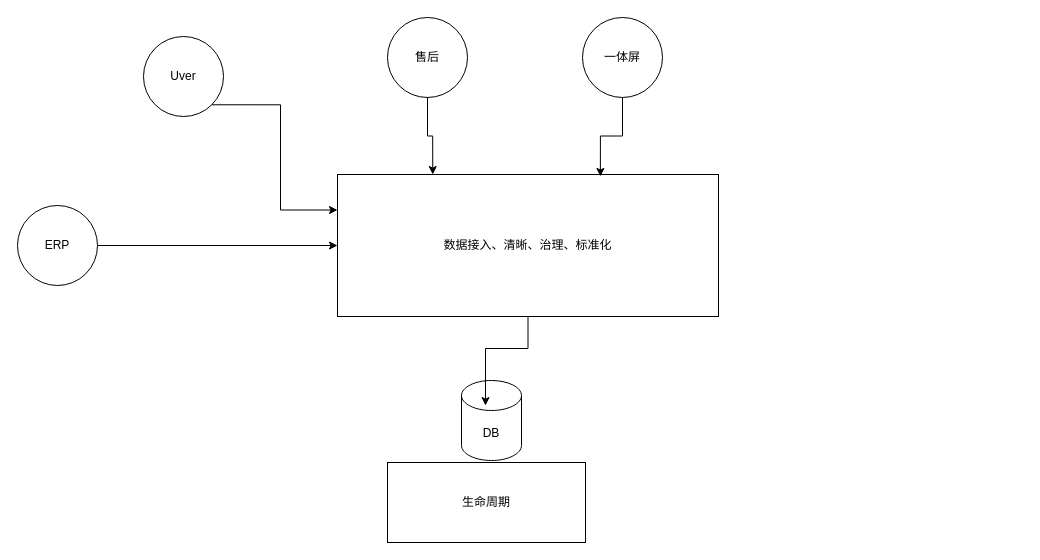
yangchenyu/micro-service keeps this draw.io diagram as page "temp" (13 of 15) of donggao-20230703.drawio. Above is the earlier version. Source tidied: cells renumbered, new cells numbered last; positions are measured from the earlier drawing's top-left corner, leaving out a move shared by most shapes. Both pictures are drawn from the tidied source at 100%, with x=0, y=0 at pixel (17, 17).
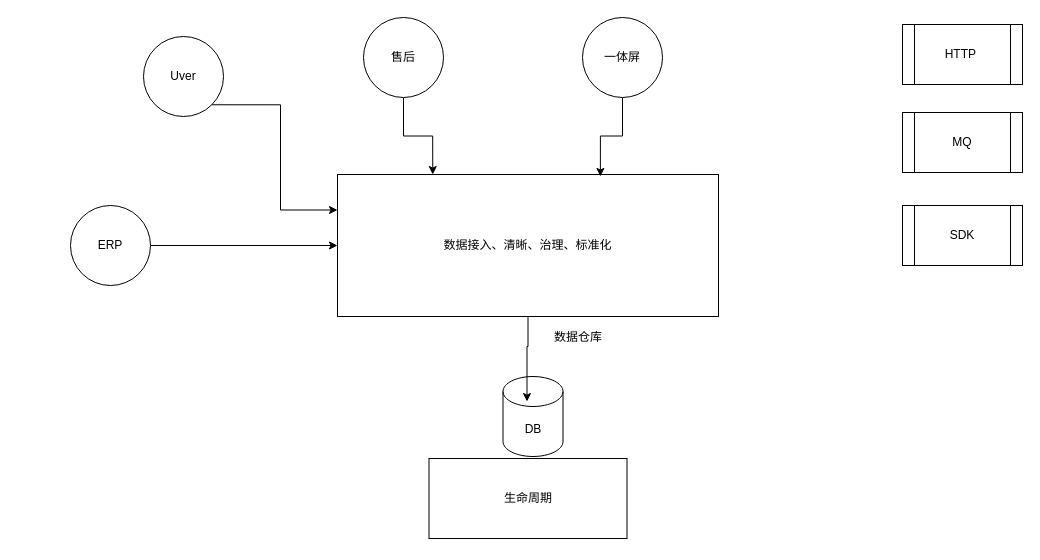
Above is the later version.

The edit, as a diff of the source:
```diff
@@
 <mxGraphModel>
   <root>
     <mxCell id="0" />
     <mxCell id="1" parent="0" />
     <mxCell id="2" value="生命周期" style="whiteSpace=wrap;html=1;" parent="1" vertex="1">
-      <mxGeometry x="370" y="445" width="198" height="80" as="geometry" />
+      <mxGeometry x="411.5" y="441" width="198" height="80" as="geometry" />
     </mxCell>
     <mxCell id="3" value="DB" style="shape=cylinder3;whiteSpace=wrap;html=1;boundedLbl=1;backgroundOutline=1;size=15;" parent="1" vertex="1">
-      <mxGeometry x="444" y="363" width="60" height="80" as="geometry" />
+      <mxGeometry x="485.5" y="359" width="60" height="80" as="geometry" />
     </mxCell>
     <mxCell id="4" style="edgeStyle=orthogonalEdgeStyle;rounded=0;jettySize=auto;html=1;exitX=0.5;exitY=1;exitDx=0;exitDy=0;entryX=0.4;entryY=0.313;entryDx=0;entryDy=0;entryPerimeter=0;" parent="1" edge="1" source="5" target="3">
       <mxGeometry relative="1" as="geometry" />
     </mxCell>
     <mxCell id="5" value="数据接入、清晰、治理、标准化" style="whiteSpace=wrap;html=1;" parent="1" vertex="1">
       <mxGeometry x="320" y="157" width="381" height="142" as="geometry" />
     </mxCell>
     <mxCell id="6" style="edgeStyle=orthogonalEdgeStyle;rounded=0;jettySize=auto;html=1;" parent="1" edge="1" source="7" target="5">
       <mxGeometry relative="1" as="geometry" />
     </mxCell>
     <mxCell id="7" value="ERP" style="ellipse;whiteSpace=wrap;html=1;" parent="1" vertex="1">
-      <mxGeometry y="188" width="80" height="80" as="geometry" />
+      <mxGeometry x="53" y="188" width="80" height="80" as="geometry" />
     </mxCell>
     <mxCell id="8" style="edgeStyle=orthogonalEdgeStyle;rounded=0;jettySize=auto;html=1;exitX=1;exitY=1;exitDx=0;exitDy=0;entryX=0;entryY=0.25;entryDx=0;entryDy=0;" parent="1" edge="1" source="9" target="5">
       <mxGeometry relative="1" as="geometry" />
     </mxCell>
     <mxCell id="9" value="Uver" style="ellipse;whiteSpace=wrap;html=1;" parent="1" vertex="1">
       <mxGeometry x="126" y="19" width="80" height="80" as="geometry" />
     </mxCell>
     <mxCell id="10" style="edgeStyle=orthogonalEdgeStyle;rounded=0;jettySize=auto;html=1;exitX=0.5;exitY=1;exitDx=0;exitDy=0;entryX=0.25;entryY=0;entryDx=0;entryDy=0;" parent="1" edge="1" source="11" target="5">
       <mxGeometry relative="1" as="geometry" />
     </mxCell>
     <mxCell id="11" value="售后" style="ellipse;whiteSpace=wrap;html=1;" parent="1" vertex="1">
-      <mxGeometry x="370" width="80" height="80" as="geometry" />
+      <mxGeometry x="346" width="80" height="80" as="geometry" />
     </mxCell>
     <mxCell id="12" style="edgeStyle=orthogonalEdgeStyle;rounded=0;jettySize=auto;html=1;exitX=0.5;exitY=1;exitDx=0;exitDy=0;entryX=0.69;entryY=0.014;entryDx=0;entryDy=0;entryPerimeter=0;" parent="1" edge="1" source="13" target="5">
       <mxGeometry relative="1" as="geometry" />
     </mxCell>
     <mxCell id="13" value="一体屏" style="ellipse;whiteSpace=wrap;html=1;" parent="1" vertex="1">
       <mxGeometry x="565" width="80" height="80" as="geometry" />
     </mxCell>
+    <mxCell id="14" value="HTTP&amp;nbsp;" style="shape=process;whiteSpace=wrap;html=1;backgroundOutline=1;" parent="1" vertex="1">
+      <mxGeometry x="885" y="7" width="120" height="60" as="geometry" />
+    </mxCell>
+    <mxCell id="15" value="MQ" style="shape=process;whiteSpace=wrap;html=1;backgroundOutline=1;" parent="1" vertex="1">
+      <mxGeometry x="885" y="95" width="120" height="60" as="geometry" />
+    </mxCell>
+    <mxCell id="16" value="SDK" style="shape=process;whiteSpace=wrap;html=1;backgroundOutline=1;" parent="1" vertex="1">
+      <mxGeometry x="885" y="188" width="120" height="60" as="geometry" />
+    </mxCell>
+    <mxCell id="17" value="数据仓库" style="text;html=1;strokeColor=none;fillColor=none;align=center;verticalAlign=middle;whiteSpace=wrap;rounded=0;" parent="1" vertex="1">
+      <mxGeometry x="531" y="305" width="60" height="30" as="geometry" />
+    </mxCell>
   </root>
 </mxGraphModel>
```
